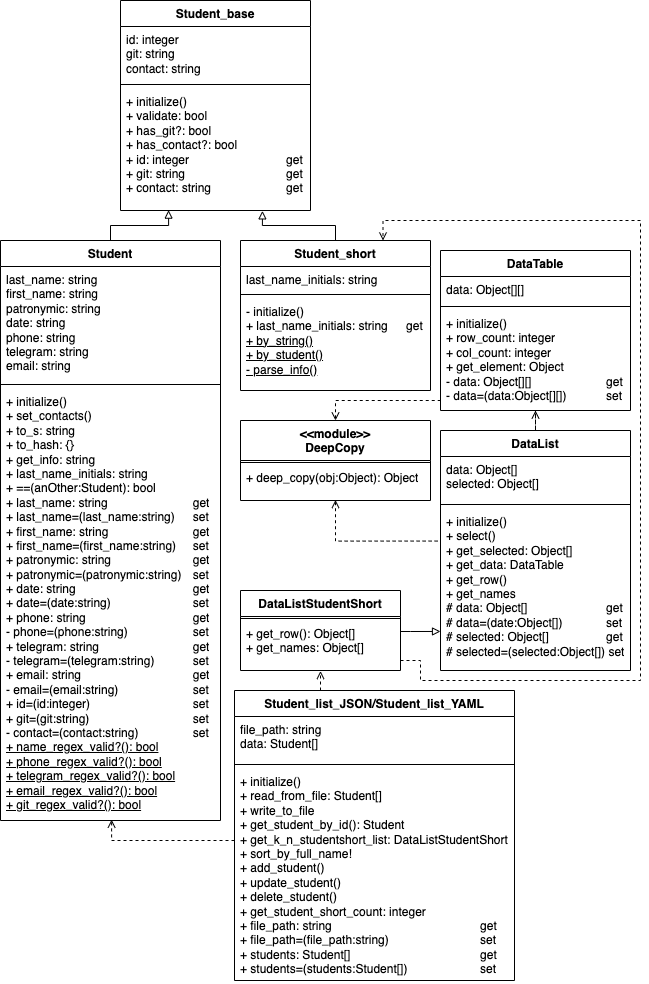
Before: Data_Models/UML_before_Strategy.png, a diagram exported from draw.io (MishaBlinsky/design_patterns). Source tidied: cells renumbered, new cells last; positions are measured from the earlier drawing's top-left corner, leaving out a move shared by most shapes.
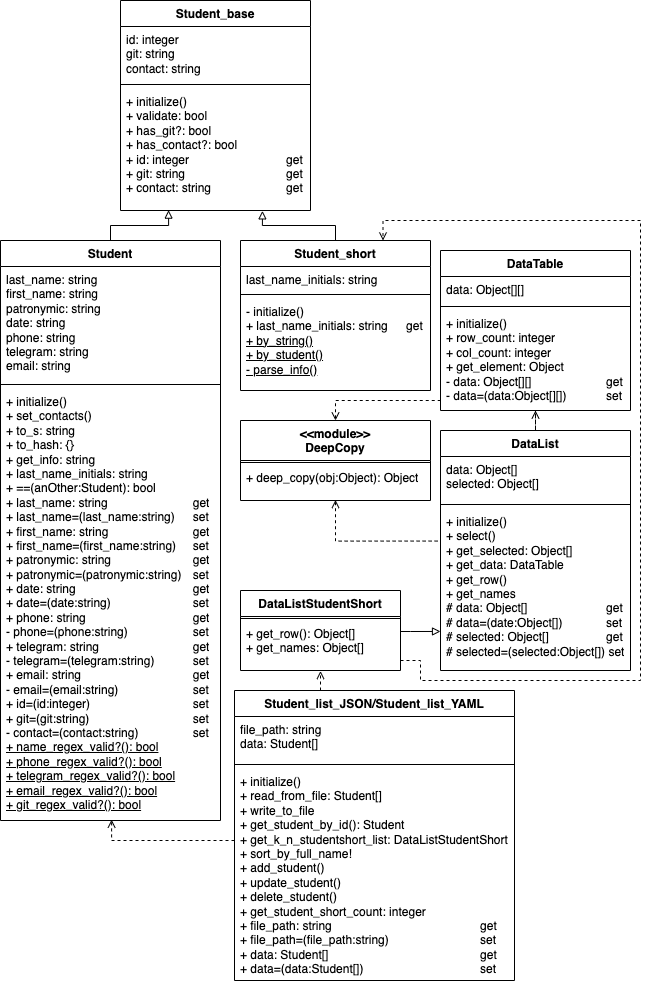
Above is the later version.

Commit message:
UML_before_Strategy - microfix

Diff of the diagram source:
```diff
@@ -120,7 +120,7 @@
     <mxCell id="36" style="line;strokeWidth=1;fillColor=none;align=left;verticalAlign=middle;spacingTop=-1;spacingLeft=3;spacingRight=3;labelPosition=right;strokeColor=inherit;" parent="34" vertex="1">
       <mxGeometry y="70" width="280" height="8" as="geometry" />
     </mxCell>
-    <mxCell id="37" value="+ initialize()&lt;div&gt;+ read_from_file: Student[]&lt;/div&gt;&lt;div&gt;+ write_to_file&lt;/div&gt;&lt;div&gt;+ get_student_by_id(): Student&lt;/div&gt;&lt;div&gt;+ get_k_n_studentshort_list:&amp;nbsp;&lt;span style=&quot;text-align: center; background-color: transparent; color: light-dark(rgb(0, 0, 0), rgb(255, 255, 255));&quot;&gt;DataListStudentShort&lt;/span&gt;&lt;/div&gt;&lt;div&gt;&lt;span style=&quot;text-align: center; background-color: transparent; color: light-dark(rgb(0, 0, 0), rgb(255, 255, 255));&quot;&gt;+ sort_by_full_name!&lt;/span&gt;&lt;/div&gt;&lt;div&gt;&lt;span style=&quot;text-align: center; background-color: transparent; color: light-dark(rgb(0, 0, 0), rgb(255, 255, 255));&quot;&gt;+ add_student()&lt;/span&gt;&lt;/div&gt;&lt;div&gt;&lt;span style=&quot;text-align: center; background-color: transparent; color: light-dark(rgb(0, 0, 0), rgb(255, 255, 255));&quot;&gt;+ update_student()&lt;/span&gt;&lt;/div&gt;&lt;div&gt;&lt;span style=&quot;text-align: center; background-color: transparent; color: light-dark(rgb(0, 0, 0), rgb(255, 255, 255));&quot;&gt;+ delete_student()&lt;/span&gt;&lt;/div&gt;&lt;div&gt;&lt;span style=&quot;text-align: center; background-color: transparent; color: light-dark(rgb(0, 0, 0), rgb(255, 255, 255));&quot;&gt;+ get_student_short_count: integer&lt;/span&gt;&lt;/div&gt;&lt;div&gt;&lt;div&gt;+ file_path: string&lt;span style=&quot;white-space: pre;&quot;&gt;&#9;&lt;/span&gt;&lt;span style=&quot;white-space: pre;&quot;&gt;&#9;&lt;/span&gt;&lt;span style=&quot;white-space: pre;&quot;&gt;&#9;&lt;span style=&quot;white-space: pre;&quot;&gt;&#9;&lt;/span&gt;&lt;span style=&quot;white-space: pre;&quot;&gt;&#9;&lt;/span&gt;&lt;span style=&quot;white-space: pre;&quot;&gt;&#9;&lt;/span&gt;&lt;/span&gt;get&lt;/div&gt;&lt;div&gt;+ file_path=(file_path:string)&lt;span style=&quot;white-space: pre;&quot;&gt;&#9;&lt;span style=&quot;white-space: pre;&quot;&gt;&#9;&lt;/span&gt;&lt;span style=&quot;white-space: pre;&quot;&gt;&#9;&lt;/span&gt;&lt;span style=&quot;white-space: pre;&quot;&gt;&#9;&lt;/span&gt;&lt;/span&gt;set&lt;/div&gt;&lt;/div&gt;&lt;div&gt;&lt;div&gt;+ students: Student[]&lt;span style=&quot;white-space: pre;&quot;&gt;&#9;&lt;/span&gt;&lt;span style=&quot;white-space: pre;&quot;&gt;&#9;&lt;/span&gt;&lt;span style=&quot;white-space: pre;&quot;&gt;&#9;&lt;span style=&quot;white-space: pre;&quot;&gt;&#9;&lt;/span&gt;&lt;span style=&quot;white-space: pre;&quot;&gt;&#9;&lt;/span&gt;&lt;/span&gt;get&lt;/div&gt;&lt;div&gt;+ students=(students:Student[])&lt;span style=&quot;white-space: pre;&quot;&gt;&#9;&lt;span style=&quot;white-space: pre;&quot;&gt;&#9;&lt;/span&gt;&lt;span style=&quot;white-space: pre;&quot;&gt;&#9;&lt;/span&gt;&lt;/span&gt;set&lt;/div&gt;&lt;/div&gt;" style="text;strokeColor=none;fillColor=none;align=left;verticalAlign=top;spacingLeft=4;spacingRight=4;overflow=hidden;whiteSpace=wrap;html=1;" parent="34" vertex="1">
+    <mxCell id="37" value="+ initialize()&lt;div&gt;+ read_from_file: Student[]&lt;/div&gt;&lt;div&gt;+ write_to_file&lt;/div&gt;&lt;div&gt;+ get_student_by_id(): Student&lt;/div&gt;&lt;div&gt;+ get_k_n_studentshort_list:&amp;nbsp;&lt;span style=&quot;text-align: center; background-color: transparent; color: light-dark(rgb(0, 0, 0), rgb(255, 255, 255));&quot;&gt;DataListStudentShort&lt;/span&gt;&lt;/div&gt;&lt;div&gt;&lt;span style=&quot;text-align: center; background-color: transparent; color: light-dark(rgb(0, 0, 0), rgb(255, 255, 255));&quot;&gt;+ sort_by_full_name!&lt;/span&gt;&lt;/div&gt;&lt;div&gt;&lt;span style=&quot;text-align: center; background-color: transparent; color: light-dark(rgb(0, 0, 0), rgb(255, 255, 255));&quot;&gt;+ add_student()&lt;/span&gt;&lt;/div&gt;&lt;div&gt;&lt;span style=&quot;text-align: center; background-color: transparent; color: light-dark(rgb(0, 0, 0), rgb(255, 255, 255));&quot;&gt;+ update_student()&lt;/span&gt;&lt;/div&gt;&lt;div&gt;&lt;span style=&quot;text-align: center; background-color: transparent; color: light-dark(rgb(0, 0, 0), rgb(255, 255, 255));&quot;&gt;+ delete_student()&lt;/span&gt;&lt;/div&gt;&lt;div&gt;&lt;span style=&quot;text-align: center; background-color: transparent; color: light-dark(rgb(0, 0, 0), rgb(255, 255, 255));&quot;&gt;+ get_student_short_count: integer&lt;/span&gt;&lt;/div&gt;&lt;div&gt;&lt;div&gt;+ file_path: string&lt;span style=&quot;white-space: pre;&quot;&gt;&#9;&lt;/span&gt;&lt;span style=&quot;white-space: pre;&quot;&gt;&#9;&lt;/span&gt;&lt;span style=&quot;white-space: pre;&quot;&gt;&#9;&lt;span style=&quot;white-space: pre;&quot;&gt;&#9;&lt;/span&gt;&lt;span style=&quot;white-space: pre;&quot;&gt;&#9;&lt;/span&gt;&lt;span style=&quot;white-space: pre;&quot;&gt;&#9;&lt;/span&gt;&lt;/span&gt;get&lt;/div&gt;&lt;div&gt;+ file_path=(file_path:string)&lt;span style=&quot;white-space: pre;&quot;&gt;&#9;&lt;span style=&quot;white-space: pre;&quot;&gt;&#9;&lt;/span&gt;&lt;span style=&quot;white-space: pre;&quot;&gt;&#9;&lt;/span&gt;&lt;span style=&quot;white-space: pre;&quot;&gt;&#9;&lt;/span&gt;&lt;/span&gt;set&lt;/div&gt;&lt;/div&gt;&lt;div&gt;&lt;div&gt;+ data: Student[]&lt;span style=&quot;white-space: pre;&quot;&gt;&#9;&lt;/span&gt;&lt;span style=&quot;white-space: pre;&quot;&gt;&#9;&lt;/span&gt;&lt;span style=&quot;white-space: pre;&quot;&gt;&#9;&lt;span style=&quot;white-space: pre;&quot;&gt;&#9;&lt;/span&gt;&lt;span style=&quot;white-space: pre;&quot;&gt;&#9;&lt;/span&gt;&lt;span style=&quot;white-space: pre;&quot;&gt;&#9;&lt;/span&gt;&lt;/span&gt;get&lt;/div&gt;&lt;div&gt;+ data=(data:Student[])&lt;span style=&quot;white-space: pre;&quot;&gt;&#9;&lt;/span&gt;&lt;span style=&quot;white-space: pre;&quot;&gt;&#9;&lt;/span&gt;&lt;span style=&quot;white-space: pre;&quot;&gt;&#9;&lt;span style=&quot;white-space: pre;&quot;&gt;&#9;&lt;/span&gt;&lt;span style=&quot;white-space: pre;&quot;&gt;&#9;&lt;/span&gt;&lt;/span&gt;set&lt;/div&gt;&lt;/div&gt;" style="text;strokeColor=none;fillColor=none;align=left;verticalAlign=top;spacingLeft=4;spacingRight=4;overflow=hidden;whiteSpace=wrap;html=1;" parent="34" vertex="1">
       <mxGeometry y="78" width="280" height="212" as="geometry" />
     </mxCell>
     <mxCell id="38" style="edgeStyle=orthogonalEdgeStyle;rounded=0;jettySize=auto;html=1;entryX=0.505;entryY=0.998;entryDx=0;entryDy=0;entryPerimeter=0;endArrow=open;endFill=0;dashed=1;" parent="1" edge="1" source="34" target="5">
```
